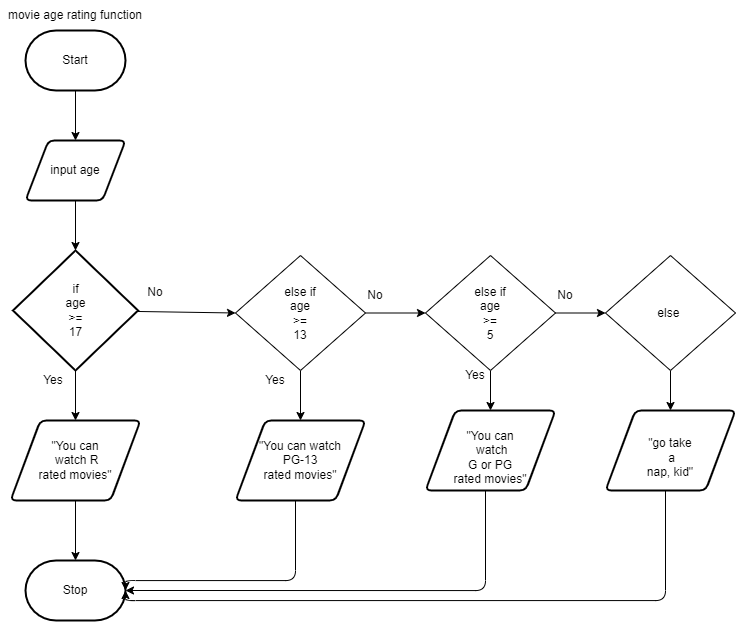
Liya-Getachew/ICS2O-Unit5-03-JS keeps this draw.io diagram as design/flow-chart.png. Above is the earlier version. Source tidied: cells renumbered, new cells last; positions are measured from the earlier drawing's top-left corner, leaving out a move shared by most shapes. Its diagram source:
```xml
<mxGraphModel>
  <root>
    <mxCell id="0" />
    <mxCell id="1" parent="0" />
    <mxCell id="2" style="edgeStyle=none;html=1;" parent="1" edge="1" source="3" target="5">
      <mxGeometry relative="1" as="geometry" />
    </mxCell>
    <mxCell id="3" value="Start" style="strokeWidth=2;html=1;shape=mxgraph.flowchart.terminator;whiteSpace=wrap;" parent="1" vertex="1">
      <mxGeometry x="25" y="30" width="100" height="60" as="geometry" />
    </mxCell>
    <mxCell id="4" style="edgeStyle=none;html=1;entryX=0.5;entryY=0;entryDx=0;entryDy=0;entryPerimeter=0;" parent="1" edge="1" source="5" target="11">
      <mxGeometry relative="1" as="geometry" />
    </mxCell>
    <mxCell id="5" value="input age" style="shape=parallelogram;html=1;strokeWidth=2;perimeter=parallelogramPerimeter;whiteSpace=wrap;rounded=1;arcSize=12;size=0.23;" parent="1" vertex="1">
      <mxGeometry x="25" y="140" width="100" height="60" as="geometry" />
    </mxCell>
    <mxCell id="6" style="edgeStyle=none;html=1;" parent="1" edge="1" source="7" target="8">
      <mxGeometry relative="1" as="geometry" />
    </mxCell>
    <mxCell id="7" value="&quot;You can&lt;br&gt;&amp;nbsp;watch R&lt;br&gt;rated movies&quot;" style="shape=parallelogram;html=1;strokeWidth=2;perimeter=parallelogramPerimeter;whiteSpace=wrap;rounded=1;arcSize=12;size=0.23;" parent="1" vertex="1">
      <mxGeometry x="10" y="420" width="130" height="80" as="geometry" />
    </mxCell>
    <mxCell id="8" value="Stop" style="strokeWidth=2;html=1;shape=mxgraph.flowchart.terminator;whiteSpace=wrap;" parent="1" vertex="1">
      <mxGeometry x="25" y="560" width="100" height="60" as="geometry" />
    </mxCell>
    <mxCell id="9" style="edgeStyle=none;html=1;entryX=0.5;entryY=0;entryDx=0;entryDy=0;" parent="1" edge="1" source="11" target="7">
      <mxGeometry relative="1" as="geometry" />
    </mxCell>
    <mxCell id="10" style="edgeStyle=none;html=1;entryX=0;entryY=0.5;entryDx=0;entryDy=0;" parent="1" edge="1" source="11" target="17">
      <mxGeometry relative="1" as="geometry" />
    </mxCell>
    <mxCell id="11" value="if&lt;br&gt;age &lt;br&gt;&amp;gt;= &lt;br&gt;17" style="strokeWidth=2;html=1;shape=mxgraph.flowchart.decision;whiteSpace=wrap;" parent="1" vertex="1">
      <mxGeometry x="12.5" y="250" width="125" height="120" as="geometry" />
    </mxCell>
    <mxCell id="12" value="Yes" style="text;html=1;strokeColor=none;fillColor=none;align=center;verticalAlign=middle;whiteSpace=wrap;rounded=0;" parent="1" vertex="1">
      <mxGeometry x="23" y="365" width="60" height="30" as="geometry" />
    </mxCell>
    <mxCell id="13" value="No" style="text;html=1;strokeColor=none;fillColor=none;align=center;verticalAlign=middle;whiteSpace=wrap;rounded=0;" parent="1" vertex="1">
      <mxGeometry x="125" y="277" width="60" height="30" as="geometry" />
    </mxCell>
    <mxCell id="14" value="movie age rating function" style="text;html=1;strokeColor=none;fillColor=none;align=center;verticalAlign=middle;whiteSpace=wrap;rounded=0;" parent="1" vertex="1">
      <mxGeometry width="150" height="30" as="geometry" />
    </mxCell>
    <mxCell id="15" style="edgeStyle=none;html=1;entryX=0.5;entryY=0;entryDx=0;entryDy=0;" parent="1" edge="1" source="17" target="19">
      <mxGeometry relative="1" as="geometry" />
    </mxCell>
    <mxCell id="16" style="edgeStyle=none;html=1;entryX=0;entryY=0.5;entryDx=0;entryDy=0;" parent="1" edge="1" source="17" target="24">
      <mxGeometry relative="1" as="geometry" />
    </mxCell>
    <mxCell id="17" value="else if&lt;br&gt;age &lt;br&gt;&amp;gt;=&lt;br&gt;13" style="rhombus;whiteSpace=wrap;html=1;" parent="1" vertex="1">
      <mxGeometry x="235" y="255" width="130" height="115" as="geometry" />
    </mxCell>
    <mxCell id="18" style="edgeStyle=orthogonalEdgeStyle;html=1;entryX=1;entryY=0.5;entryDx=0;entryDy=0;entryPerimeter=0;" parent="1" edge="1" source="19" target="8">
      <mxGeometry relative="1" as="geometry">
        <Array as="points">
          <mxPoint x="295" y="580" />
          <mxPoint x="125" y="580" />
        </Array>
      </mxGeometry>
    </mxCell>
    <mxCell id="19" value="&quot;You can watch &lt;br&gt;PG-13&lt;br&gt;rated movies&quot;" style="shape=parallelogram;html=1;strokeWidth=2;perimeter=parallelogramPerimeter;whiteSpace=wrap;rounded=1;arcSize=12;size=0.23;" parent="1" vertex="1">
      <mxGeometry x="235" y="420" width="130" height="80" as="geometry" />
    </mxCell>
    <mxCell id="20" value="Yes" style="text;html=1;strokeColor=none;fillColor=none;align=center;verticalAlign=middle;whiteSpace=wrap;rounded=0;" parent="1" vertex="1">
      <mxGeometry x="245" y="365" width="60" height="30" as="geometry" />
    </mxCell>
    <mxCell id="21" value="No" style="text;html=1;strokeColor=none;fillColor=none;align=center;verticalAlign=middle;whiteSpace=wrap;rounded=0;" parent="1" vertex="1">
      <mxGeometry x="345" y="280" width="60" height="30" as="geometry" />
    </mxCell>
    <mxCell id="22" style="edgeStyle=orthogonalEdgeStyle;html=1;entryX=0.5;entryY=0;entryDx=0;entryDy=0;" parent="1" edge="1" source="24" target="26">
      <mxGeometry relative="1" as="geometry" />
    </mxCell>
    <mxCell id="23" style="edgeStyle=orthogonalEdgeStyle;html=1;entryX=0;entryY=0.5;entryDx=0;entryDy=0;" parent="1" edge="1" source="24" target="29">
      <mxGeometry relative="1" as="geometry" />
    </mxCell>
    <mxCell id="24" value="else if&lt;br&gt;age &lt;br&gt;&amp;gt;=&lt;br&gt;5" style="rhombus;whiteSpace=wrap;html=1;" parent="1" vertex="1">
      <mxGeometry x="425" y="255" width="130" height="115" as="geometry" />
    </mxCell>
    <mxCell id="25" style="edgeStyle=orthogonalEdgeStyle;html=1;entryX=1;entryY=0.5;entryDx=0;entryDy=0;entryPerimeter=0;" parent="1" edge="1" source="26" target="8">
      <mxGeometry relative="1" as="geometry">
        <Array as="points">
          <mxPoint x="485" y="590" />
        </Array>
      </mxGeometry>
    </mxCell>
    <mxCell id="26" value="&lt;br&gt;&quot;You can&lt;br&gt;&amp;nbsp;watch &lt;br&gt;G or PG&lt;br&gt;rated movies&quot;" style="shape=parallelogram;html=1;strokeWidth=2;perimeter=parallelogramPerimeter;whiteSpace=wrap;rounded=1;arcSize=12;size=0.23;" parent="1" vertex="1">
      <mxGeometry x="425" y="410" width="130" height="80" as="geometry" />
    </mxCell>
    <mxCell id="27" value="Yes" style="text;html=1;strokeColor=none;fillColor=none;align=center;verticalAlign=middle;whiteSpace=wrap;rounded=0;" parent="1" vertex="1">
      <mxGeometry x="445" y="360" width="60" height="30" as="geometry" />
    </mxCell>
    <mxCell id="28" style="edgeStyle=orthogonalEdgeStyle;html=1;" parent="1" edge="1" source="29" target="32">
      <mxGeometry relative="1" as="geometry" />
    </mxCell>
    <mxCell id="29" value="else&amp;nbsp;" style="rhombus;whiteSpace=wrap;html=1;" parent="1" vertex="1">
      <mxGeometry x="605" y="255" width="130" height="115" as="geometry" />
    </mxCell>
    <mxCell id="30" value="No" style="text;html=1;strokeColor=none;fillColor=none;align=center;verticalAlign=middle;whiteSpace=wrap;rounded=0;" parent="1" vertex="1">
      <mxGeometry x="535" y="280" width="60" height="30" as="geometry" />
    </mxCell>
    <mxCell id="31" style="edgeStyle=orthogonalEdgeStyle;html=1;entryX=1;entryY=0.5;entryDx=0;entryDy=0;entryPerimeter=0;" parent="1" edge="1" source="32" target="8">
      <mxGeometry relative="1" as="geometry">
        <Array as="points">
          <mxPoint x="665" y="600" />
          <mxPoint x="125" y="600" />
        </Array>
      </mxGeometry>
    </mxCell>
    <mxCell id="32" value="&lt;br&gt;&quot;go take&lt;br&gt;&amp;nbsp;a&lt;br&gt;nap, kid&quot;" style="shape=parallelogram;html=1;strokeWidth=2;perimeter=parallelogramPerimeter;whiteSpace=wrap;rounded=1;arcSize=12;size=0.23;" parent="1" vertex="1">
      <mxGeometry x="605" y="410" width="130" height="80" as="geometry" />
    </mxCell>
  </root>
</mxGraphModel>
```
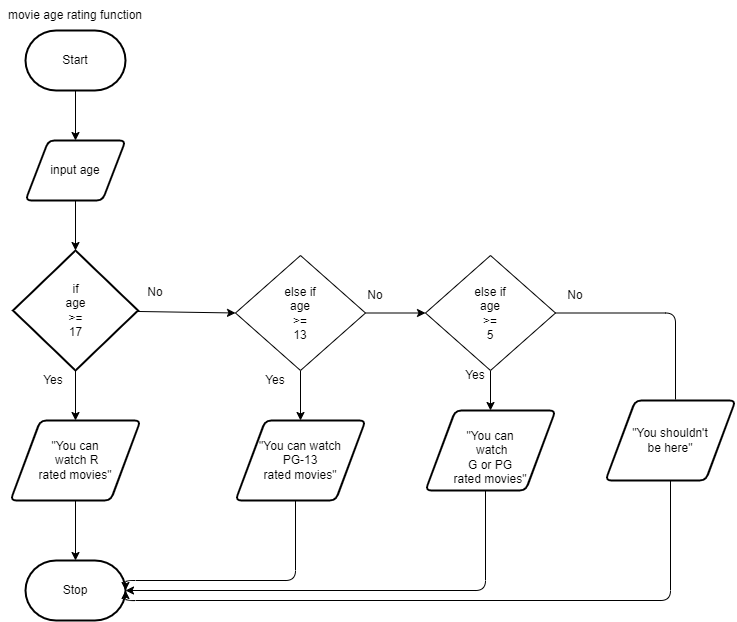
Later version of the same file.

What changed in the source:
```diff
@@ -70,8 +70,13 @@
     <mxCell id="22" style="edgeStyle=orthogonalEdgeStyle;html=1;entryX=0.5;entryY=0;entryDx=0;entryDy=0;" parent="1" edge="1" source="24" target="26">
       <mxGeometry relative="1" as="geometry" />
     </mxCell>
-    <mxCell id="23" style="edgeStyle=orthogonalEdgeStyle;html=1;entryX=0;entryY=0.5;entryDx=0;entryDy=0;" parent="1" edge="1" source="24" target="29">
-      <mxGeometry relative="1" as="geometry" />
+    <mxCell id="23" style="edgeStyle=orthogonalEdgeStyle;html=1;entryX=0.577;entryY=-0.012;entryDx=0;entryDy=0;entryPerimeter=0;" parent="1" edge="1" source="24" target="32">
+      <mxGeometry relative="1" as="geometry">
+        <Array as="points">
+          <mxPoint x="675" y="313" />
+          <mxPoint x="675" y="409" />
+        </Array>
+      </mxGeometry>
     </mxCell>
     <mxCell id="24" value="else if&lt;br&gt;age &lt;br&gt;&amp;gt;=&lt;br&gt;5" style="rhombus;whiteSpace=wrap;html=1;" parent="1" vertex="1">
       <mxGeometry x="425" y="255" width="130" height="115" as="geometry" />
@@ -89,25 +94,19 @@
     <mxCell id="27" value="Yes" style="text;html=1;strokeColor=none;fillColor=none;align=center;verticalAlign=middle;whiteSpace=wrap;rounded=0;" parent="1" vertex="1">
       <mxGeometry x="445" y="360" width="60" height="30" as="geometry" />
     </mxCell>
-    <mxCell id="28" style="edgeStyle=orthogonalEdgeStyle;html=1;" parent="1" edge="1" source="29" target="32">
-      <mxGeometry relative="1" as="geometry" />
-    </mxCell>
-    <mxCell id="29" value="else&amp;nbsp;" style="rhombus;whiteSpace=wrap;html=1;" parent="1" vertex="1">
-      <mxGeometry x="605" y="255" width="130" height="115" as="geometry" />
-    </mxCell>
     <mxCell id="30" value="No" style="text;html=1;strokeColor=none;fillColor=none;align=center;verticalAlign=middle;whiteSpace=wrap;rounded=0;" parent="1" vertex="1">
-      <mxGeometry x="535" y="280" width="60" height="30" as="geometry" />
+      <mxGeometry x="545" y="280" width="60" height="30" as="geometry" />
     </mxCell>
     <mxCell id="31" style="edgeStyle=orthogonalEdgeStyle;html=1;entryX=1;entryY=0.5;entryDx=0;entryDy=0;entryPerimeter=0;" parent="1" edge="1" source="32" target="8">
       <mxGeometry relative="1" as="geometry">
         <Array as="points">
-          <mxPoint x="665" y="600" />
+          <mxPoint x="670" y="600" />
           <mxPoint x="125" y="600" />
         </Array>
       </mxGeometry>
     </mxCell>
-    <mxCell id="32" value="&lt;br&gt;&quot;go take&lt;br&gt;&amp;nbsp;a&lt;br&gt;nap, kid&quot;" style="shape=parallelogram;html=1;strokeWidth=2;perimeter=parallelogramPerimeter;whiteSpace=wrap;rounded=1;arcSize=12;size=0.23;" parent="1" vertex="1">
-      <mxGeometry x="605" y="410" width="130" height="80" as="geometry" />
+    <mxCell id="32" value="&quot;You shouldn't &lt;br&gt;be here&quot;" style="shape=parallelogram;html=1;strokeWidth=2;perimeter=parallelogramPerimeter;whiteSpace=wrap;rounded=1;arcSize=12;size=0.23;" parent="1" vertex="1">
+      <mxGeometry x="605" y="400" width="130" height="80" as="geometry" />
     </mxCell>
   </root>
 </mxGraphModel>
```
